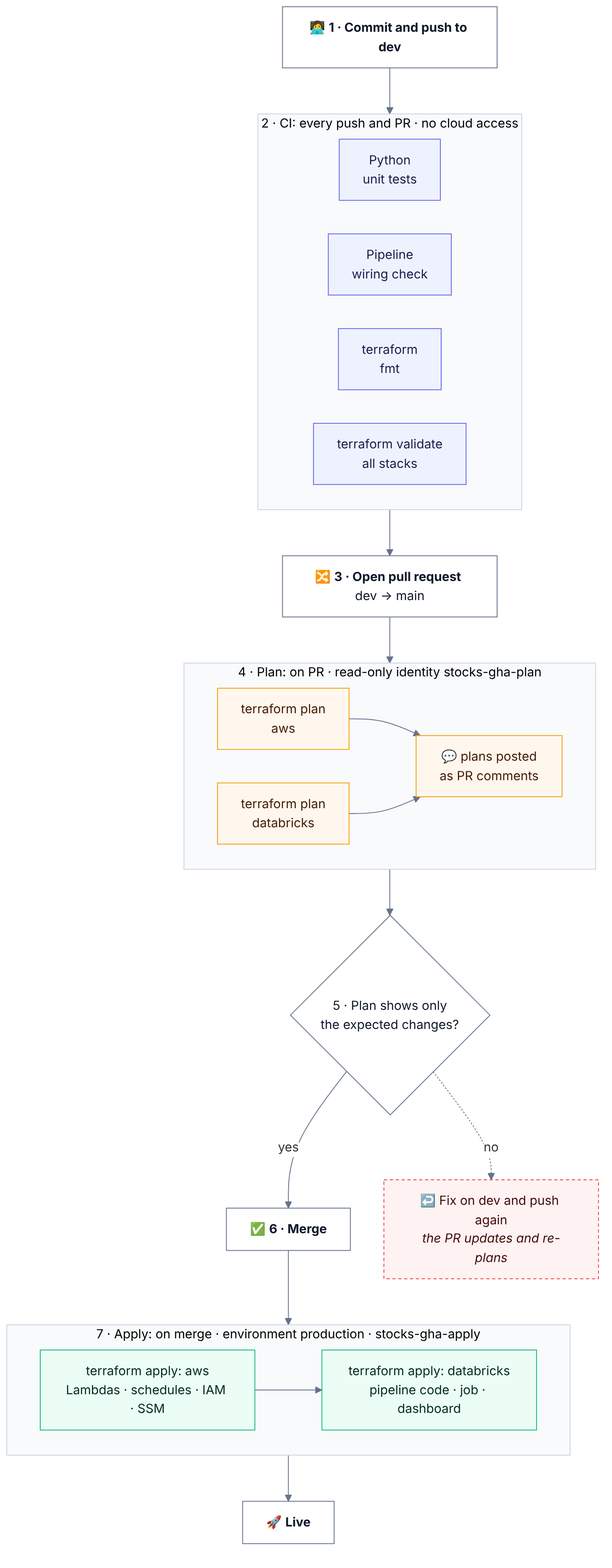
Before: docs/diagrams/04_cicd.png, a diagram exported from Mermaid (bumblebee26/stocks_lakehouse). Its source is kept beside it as docs/diagrams/04_cicd.mmd.
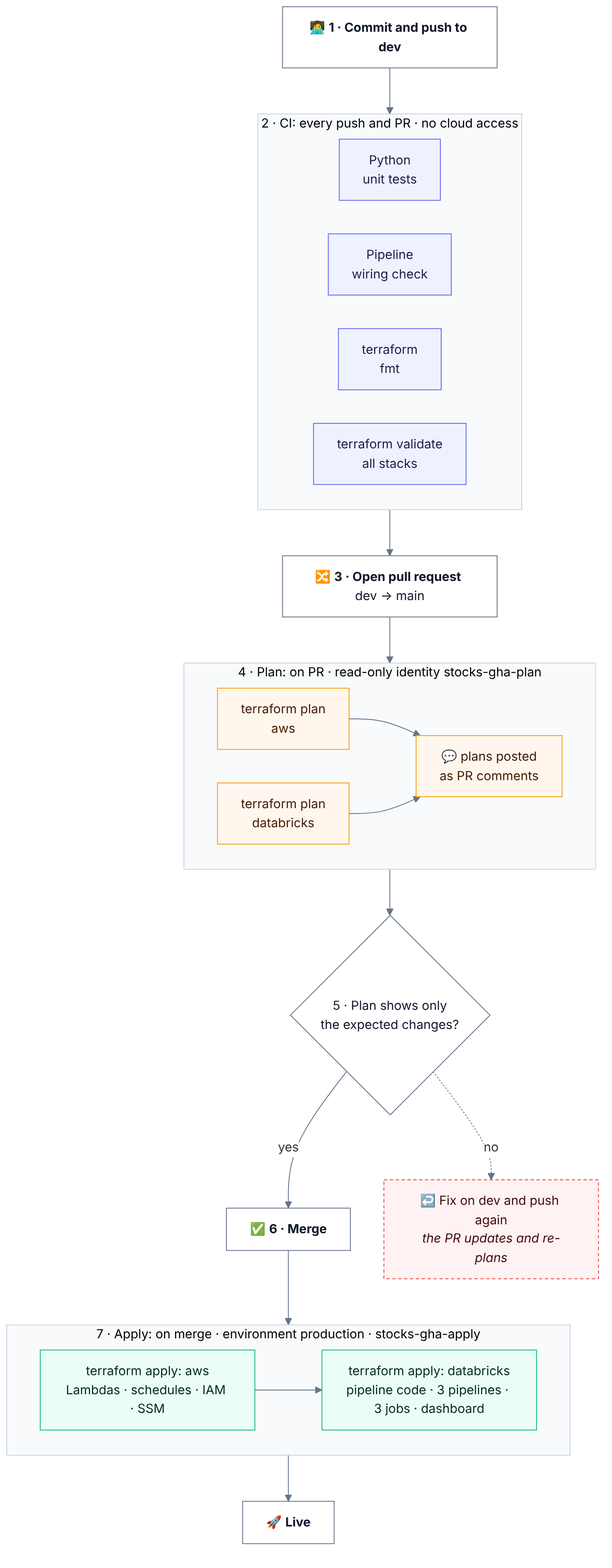
The same diagram one commit later.

Change to the diagram source:
```diff
@@ -21,7 +21,7 @@
     subgraph APPLY["7 · Apply: on merge · environment production · stocks-gha-apply"]
         direction LR
         A1["terraform apply: aws<br/>Lambdas · schedules · IAM · SSM"]
-        A2["terraform apply: databricks<br/>pipeline code · job · dashboard"]
+        A2["terraform apply: databricks<br/>pipeline code · 3 pipelines · 3 jobs · dashboard"]
         A1 --> A2
     end
     LIVE["🚀 <b>Live</b>"]
```
